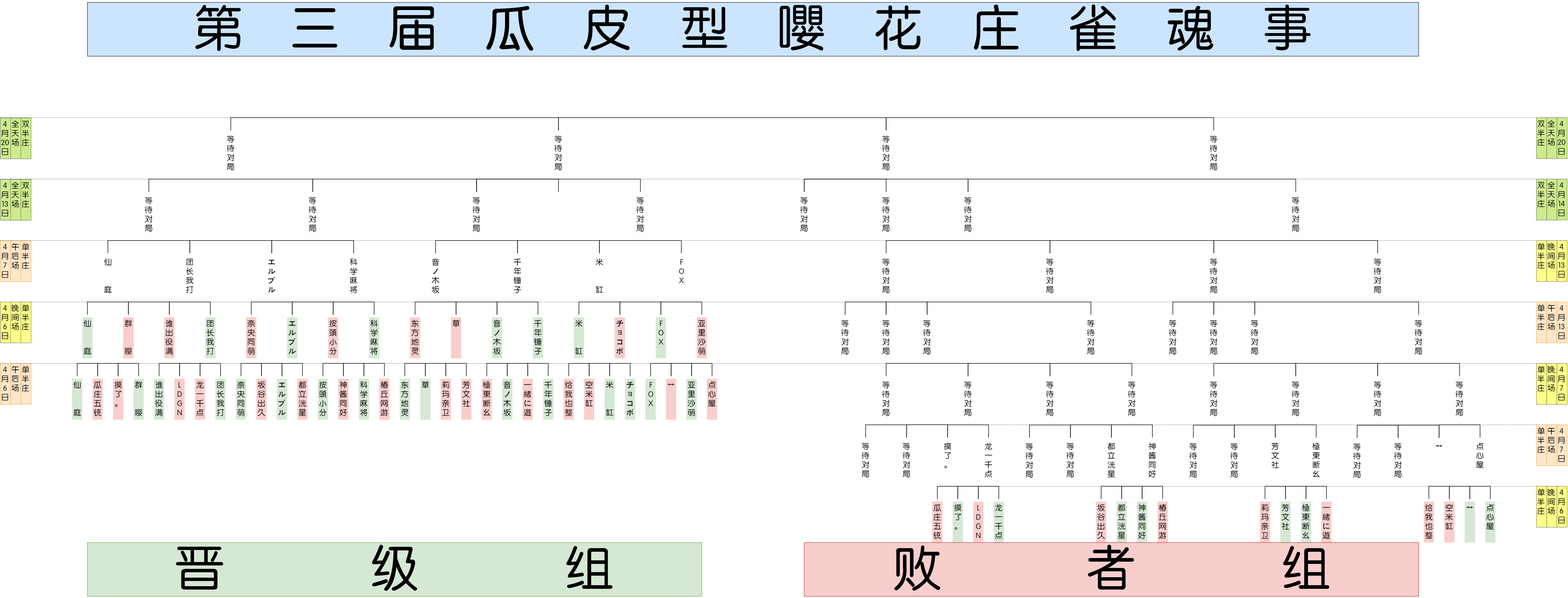
The draw.io diagram Tree Diagram.png in psc2350/pcr.mahjong.pub, before a commit. Source tidied: cells renumbered, new cells last; positions are measured from the earlier drawing's top-left corner, leaving out a move shared by most shapes.
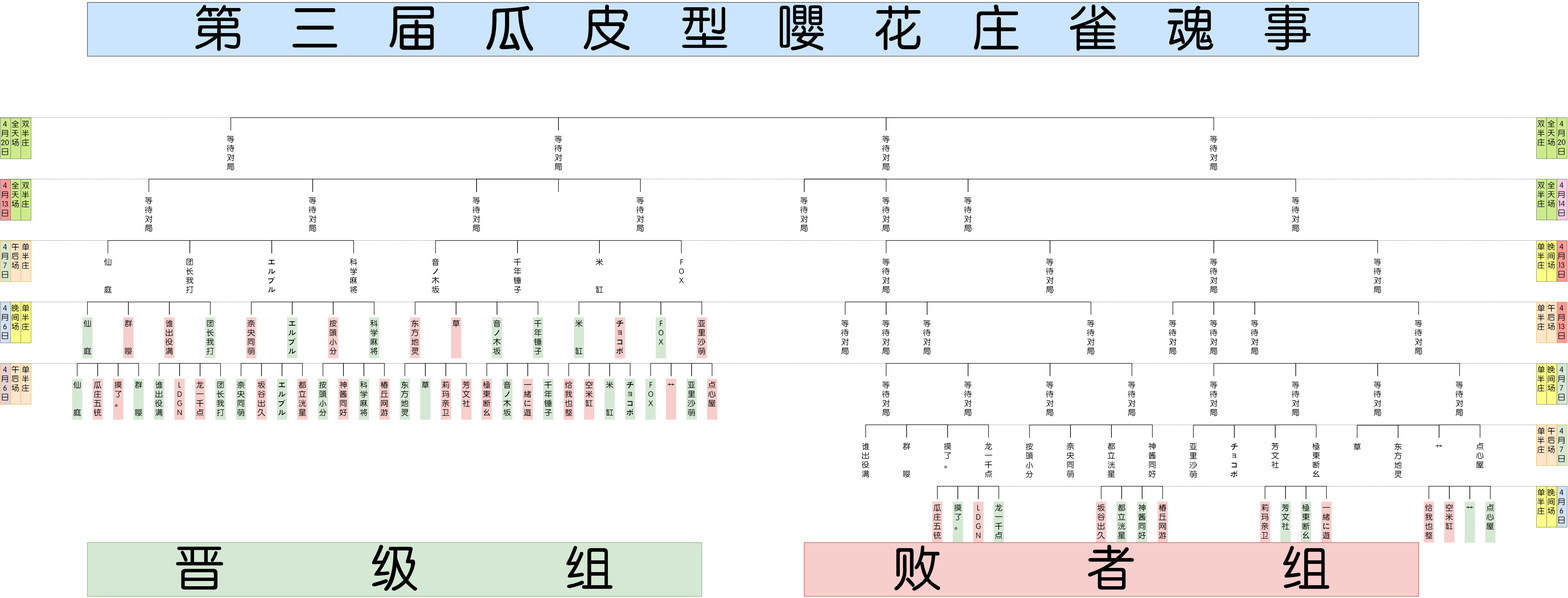
After the commit.

Diff of the diagram source:
```diff
@@ -608,49 +608,49 @@
     <mxCell id="202" style="strokeWidth=2;html=1;shape=mxgraph.flowchart.annotation_1;align=left;direction=south;fontFamily=FZZhunYuan-M02;fontSize=30;" parent="3" vertex="1">
       <mxGeometry x="60" y="720" width="160" height="50" as="geometry" />
     </mxCell>
-    <mxCell id="203" value="等待对局&lt;br&gt;" style="text;html=1;strokeColor=none;fillColor=none;align=center;verticalAlign=top;whiteSpace=wrap;rounded=0;fontFamily=FZZhunYuan-M02;horizontal=1;fontSize=30;" parent="3" vertex="1">
+    <mxCell id="203" value="群&lt;br&gt;&lt;br&gt;&lt;br&gt;嘤&lt;br&gt;" style="text;html=1;strokeColor=none;fillColor=none;align=center;verticalAlign=top;whiteSpace=wrap;rounded=0;fontFamily=FZZhunYuan-M02;horizontal=1;fontSize=30;" parent="3" vertex="1">
       <mxGeometry x="3240" y="1259.5" width="40" height="160" as="geometry" />
     </mxCell>
     <mxCell id="204" style="strokeWidth=2;html=1;shape=mxgraph.flowchart.annotation_1;align=left;direction=south;fontFamily=FZZhunYuan-M02;fontSize=30;" parent="3" vertex="1">
       <mxGeometry x="3260" y="1199.5" width="160" height="50" as="geometry" />
     </mxCell>
-    <mxCell id="205" value="等待对局&lt;br&gt;" style="text;html=1;strokeColor=none;fillColor=none;align=center;verticalAlign=top;whiteSpace=wrap;rounded=0;fontFamily=FZZhunYuan-M02;horizontal=1;fontSize=30;" parent="3" vertex="1">
+    <mxCell id="205" value="谁出役满&lt;br&gt;" style="text;html=1;strokeColor=none;fillColor=none;align=center;verticalAlign=top;whiteSpace=wrap;rounded=0;fontFamily=FZZhunYuan-M02;horizontal=1;fontSize=30;" parent="3" vertex="1">
       <mxGeometry x="3080" y="1260" width="40" height="160" as="geometry" />
     </mxCell>
     <mxCell id="206" style="strokeWidth=2;html=1;shape=mxgraph.flowchart.annotation_1;align=left;direction=south;fontFamily=FZZhunYuan-M02;fontSize=30;" parent="3" vertex="1">
       <mxGeometry x="3100" y="1200" width="160" height="50" as="geometry" />
     </mxCell>
-    <mxCell id="207" value="等待对局&lt;br&gt;" style="text;html=1;strokeColor=none;fillColor=none;align=center;verticalAlign=top;whiteSpace=wrap;rounded=0;fontFamily=FZZhunYuan-M02;horizontal=1;fontSize=30;" parent="3" vertex="1">
+    <mxCell id="207" value="奈央同萌&lt;br&gt;" style="text;html=1;strokeColor=none;fillColor=none;align=center;verticalAlign=top;whiteSpace=wrap;rounded=0;fontFamily=FZZhunYuan-M02;horizontal=1;fontSize=30;" parent="3" vertex="1">
       <mxGeometry x="3880" y="1260" width="40" height="160" as="geometry" />
     </mxCell>
     <mxCell id="208" style="strokeWidth=2;html=1;shape=mxgraph.flowchart.annotation_1;align=left;direction=south;fontFamily=FZZhunYuan-M02;fontSize=30;" parent="3" vertex="1">
       <mxGeometry x="3900" y="1200" width="160" height="50" as="geometry" />
     </mxCell>
-    <mxCell id="209" value="等待对局&lt;br&gt;" style="text;html=1;strokeColor=none;fillColor=none;align=center;verticalAlign=top;whiteSpace=wrap;rounded=0;fontFamily=FZZhunYuan-M02;horizontal=1;fontSize=30;" parent="3" vertex="1">
+    <mxCell id="209" value="按頭小分&lt;br&gt;" style="text;html=1;strokeColor=none;fillColor=none;align=center;verticalAlign=top;whiteSpace=wrap;rounded=0;fontFamily=FZZhunYuan-M02;horizontal=1;fontSize=30;" parent="3" vertex="1">
       <mxGeometry x="3720" y="1260.5" width="40" height="160" as="geometry" />
     </mxCell>
     <mxCell id="210" style="strokeWidth=2;html=1;shape=mxgraph.flowchart.annotation_1;align=left;direction=south;fontFamily=FZZhunYuan-M02;fontSize=30;" parent="3" vertex="1">
       <mxGeometry x="3740" y="1200.5" width="160" height="50" as="geometry" />
     </mxCell>
-    <mxCell id="211" value="等待对局&lt;br&gt;" style="text;html=1;strokeColor=none;fillColor=none;align=center;verticalAlign=top;whiteSpace=wrap;rounded=0;fontFamily=FZZhunYuan-M02;horizontal=1;fontSize=30;" parent="3" vertex="1">
+    <mxCell id="211" value="チョコボ&lt;br&gt;" style="text;html=1;strokeColor=none;fillColor=none;align=center;verticalAlign=top;whiteSpace=wrap;rounded=0;fontFamily=FZZhunYuan-M02;horizontal=1;fontSize=30;" parent="3" vertex="1">
       <mxGeometry x="4520" y="1260.5" width="40" height="160" as="geometry" />
     </mxCell>
     <mxCell id="212" style="strokeWidth=2;html=1;shape=mxgraph.flowchart.annotation_1;align=left;direction=south;fontFamily=FZZhunYuan-M02;fontSize=30;" parent="3" vertex="1">
       <mxGeometry x="4540" y="1200.5" width="160" height="50" as="geometry" />
     </mxCell>
-    <mxCell id="213" value="等待对局&lt;br&gt;" style="text;html=1;strokeColor=none;fillColor=none;align=center;verticalAlign=top;whiteSpace=wrap;rounded=0;fontFamily=FZZhunYuan-M02;horizontal=1;fontSize=30;" parent="3" vertex="1">
+    <mxCell id="213" value="亚里沙萌&lt;br&gt;" style="text;html=1;strokeColor=none;fillColor=none;align=center;verticalAlign=top;whiteSpace=wrap;rounded=0;fontFamily=FZZhunYuan-M02;horizontal=1;fontSize=30;" parent="3" vertex="1">
       <mxGeometry x="4360" y="1261" width="40" height="160" as="geometry" />
     </mxCell>
     <mxCell id="214" style="strokeWidth=2;html=1;shape=mxgraph.flowchart.annotation_1;align=left;direction=south;fontFamily=FZZhunYuan-M02;fontSize=30;" parent="3" vertex="1">
       <mxGeometry x="4380" y="1201" width="160" height="50" as="geometry" />
     </mxCell>
-    <mxCell id="215" value="等待对局&lt;br&gt;" style="text;html=1;strokeColor=none;fillColor=none;align=center;verticalAlign=top;whiteSpace=wrap;rounded=0;fontFamily=FZZhunYuan-M02;horizontal=1;fontSize=30;" parent="3" vertex="1">
+    <mxCell id="215" value="东方地灵&lt;br&gt;" style="text;html=1;strokeColor=none;fillColor=none;align=center;verticalAlign=top;whiteSpace=wrap;rounded=0;fontFamily=FZZhunYuan-M02;horizontal=1;fontSize=30;" parent="3" vertex="1">
       <mxGeometry x="5159.8" y="1261" width="40" height="160" as="geometry" />
     </mxCell>
     <mxCell id="216" style="strokeWidth=2;html=1;shape=mxgraph.flowchart.annotation_1;align=left;direction=south;fontFamily=FZZhunYuan-M02;fontSize=30;" parent="3" vertex="1">
       <mxGeometry x="5179.8" y="1201" width="160" height="50" as="geometry" />
     </mxCell>
-    <mxCell id="217" value="等待对局&lt;br&gt;" style="text;html=1;strokeColor=none;fillColor=none;align=center;verticalAlign=top;whiteSpace=wrap;rounded=0;fontFamily=FZZhunYuan-M02;horizontal=1;fontSize=30;" parent="3" vertex="1">
+    <mxCell id="217" value="草&lt;br&gt;" style="text;html=1;strokeColor=none;fillColor=none;align=center;verticalAlign=top;whiteSpace=wrap;rounded=0;fontFamily=FZZhunYuan-M02;horizontal=1;fontSize=30;" parent="3" vertex="1">
       <mxGeometry x="4999.8" y="1261.5" width="40" height="160" as="geometry" />
     </mxCell>
     <mxCell id="218" style="strokeWidth=2;html=1;shape=mxgraph.flowchart.annotation_1;align=left;direction=south;fontFamily=FZZhunYuan-M02;fontSize=30;" parent="3" vertex="1">
@@ -662,7 +662,7 @@
     <mxCell id="220" value="午后场" style="text;html=1;strokeColor=#d79b00;fillColor=#ffe6cc;align=center;verticalAlign=top;whiteSpace=wrap;rounded=0;fontFamily=FZZhunYuan-M02;horizontal=1;fontSize=30;" parent="1" vertex="1">
       <mxGeometry x="40" y="1410" width="40" height="160" as="geometry" />
     </mxCell>
-    <mxCell id="221" value="&lt;span style=&quot;font-size: 30px&quot;&gt;4月6日&lt;br&gt;&lt;/span&gt;" style="text;html=1;strokeColor=#d79b00;fillColor=#ffe6cc;align=center;verticalAlign=top;whiteSpace=wrap;rounded=0;fontFamily=FZZhunYuan-M02;horizontal=1;fontSize=30;" parent="1" vertex="1">
+    <mxCell id="221" value="&lt;span style=&quot;font-size: 30px&quot;&gt;4月6日&lt;br&gt;&lt;/span&gt;" style="text;html=1;strokeColor=#d79b00;fillColor=#E6D0DE;align=center;verticalAlign=top;whiteSpace=wrap;rounded=0;fontFamily=FZZhunYuan-M02;horizontal=1;fontSize=30;" parent="1" vertex="1">
       <mxGeometry y="1410" width="40" height="160" as="geometry" />
     </mxCell>
     <mxCell id="222" style="endArrow=none;dashed=1;html=1;" parent="1" edge="1">
@@ -683,7 +683,7 @@
     <mxCell id="225" value="晚间场" style="text;html=1;strokeColor=#36393d;fillColor=#ffff88;align=center;verticalAlign=top;whiteSpace=wrap;rounded=0;fontFamily=FZZhunYuan-M02;horizontal=1;fontSize=30;" parent="1" vertex="1">
       <mxGeometry x="40" y="1170" width="40" height="160" as="geometry" />
     </mxCell>
-    <mxCell id="226" value="&lt;span style=&quot;font-size: 30px&quot;&gt;4月6日&lt;br&gt;&lt;/span&gt;" style="text;html=1;strokeColor=#36393d;fillColor=#ffff88;align=center;verticalAlign=top;whiteSpace=wrap;rounded=0;fontFamily=FZZhunYuan-M02;horizontal=1;fontSize=30;" parent="1" vertex="1">
+    <mxCell id="226" value="&lt;span style=&quot;font-size: 30px&quot;&gt;4月6日&lt;br&gt;&lt;/span&gt;" style="text;html=1;strokeColor=#36393d;fillColor=#D4E1F5;align=center;verticalAlign=top;whiteSpace=wrap;rounded=0;fontFamily=FZZhunYuan-M02;horizontal=1;fontSize=30;" parent="1" vertex="1">
       <mxGeometry y="1170" width="40" height="160" as="geometry" />
     </mxCell>
     <mxCell id="227" style="endArrow=none;dashed=1;html=1;" parent="1" edge="1">
@@ -698,7 +698,7 @@
     <mxCell id="229" value="午后场" style="text;html=1;strokeColor=#d79b00;fillColor=#ffe6cc;align=center;verticalAlign=top;whiteSpace=wrap;rounded=0;fontFamily=FZZhunYuan-M02;horizontal=1;fontSize=30;" parent="1" vertex="1">
       <mxGeometry x="40" y="931" width="40" height="160" as="geometry" />
     </mxCell>
-    <mxCell id="230" value="&lt;span style=&quot;font-size: 30px&quot;&gt;4月7日&lt;br&gt;&lt;/span&gt;" style="text;html=1;strokeColor=#d79b00;fillColor=#ffe6cc;align=center;verticalAlign=top;whiteSpace=wrap;rounded=0;fontFamily=FZZhunYuan-M02;horizontal=1;fontSize=30;" parent="1" vertex="1">
+    <mxCell id="230" value="&lt;span style=&quot;font-size: 30px&quot;&gt;4月7日&lt;br&gt;&lt;/span&gt;" style="text;html=1;strokeColor=#d79b00;fillColor=#D5E8D4;align=center;verticalAlign=top;whiteSpace=wrap;rounded=0;fontFamily=FZZhunYuan-M02;horizontal=1;fontSize=30;" parent="1" vertex="1">
       <mxGeometry y="931" width="40" height="160" as="geometry" />
     </mxCell>
     <mxCell id="231" style="endArrow=none;dashed=1;html=1;" parent="1" edge="1">
@@ -713,7 +713,7 @@
     <mxCell id="233" value="全天场" style="text;html=1;strokeColor=#36393d;fillColor=#cdeb8b;align=center;verticalAlign=top;whiteSpace=wrap;rounded=0;fontFamily=FZZhunYuan-M02;horizontal=1;fontSize=30;" parent="1" vertex="1">
       <mxGeometry x="40" y="691" width="40" height="160" as="geometry" />
     </mxCell>
-    <mxCell id="234" value="&lt;span style=&quot;font-size: 30px&quot;&gt;4月13日&lt;br&gt;&lt;/span&gt;" style="text;html=1;strokeColor=#36393d;fillColor=#cdeb8b;align=center;verticalAlign=top;whiteSpace=wrap;rounded=0;fontFamily=FZZhunYuan-M02;horizontal=1;fontSize=30;" parent="1" vertex="1">
+    <mxCell id="234" value="&lt;span style=&quot;font-size: 30px&quot;&gt;4月13日&lt;br&gt;&lt;/span&gt;" style="text;html=1;strokeColor=#36393d;fillColor=#FF9999;align=center;verticalAlign=top;whiteSpace=wrap;rounded=0;fontFamily=FZZhunYuan-M02;horizontal=1;fontSize=30;" parent="1" vertex="1">
       <mxGeometry y="691" width="40" height="160" as="geometry" />
     </mxCell>
     <mxCell id="235" style="endArrow=none;dashed=1;html=1;" parent="1" edge="1">
@@ -727,7 +727,7 @@
         <mxPoint x="6120" y="1890" as="targetPoint" />
       </mxGeometry>
     </mxCell>
-    <mxCell id="237" value="4月6日" style="text;html=1;strokeColor=#36393d;fillColor=#ffff88;align=center;verticalAlign=top;whiteSpace=wrap;rounded=0;fontFamily=FZZhunYuan-M02;horizontal=1;fontSize=30;" parent="1" vertex="1">
+    <mxCell id="237" value="4月6日" style="text;html=1;strokeColor=#36393d;fillColor=#D4E1F5;align=center;verticalAlign=top;whiteSpace=wrap;rounded=0;fontFamily=FZZhunYuan-M02;horizontal=1;fontSize=30;" parent="1" vertex="1">
       <mxGeometry x="6080.2" y="1890" width="40" height="160" as="geometry" />
     </mxCell>
     <mxCell id="238" value="晚间场" style="text;html=1;strokeColor=#36393d;fillColor=#ffff88;align=center;verticalAlign=top;whiteSpace=wrap;rounded=0;fontFamily=FZZhunYuan-M02;horizontal=1;fontSize=30;" parent="1" vertex="1">
@@ -736,7 +736,7 @@
     <mxCell id="239" value="单半庄" style="text;html=1;strokeColor=#36393d;fillColor=#ffff88;align=center;verticalAlign=top;whiteSpace=wrap;rounded=0;fontFamily=FZZhunYuan-M02;horizontal=1;fontSize=30;" parent="1" vertex="1">
       <mxGeometry x="6000.2" y="1890" width="40" height="160" as="geometry" />
     </mxCell>
-    <mxCell id="240" value="4月7日" style="text;html=1;strokeColor=#d79b00;fillColor=#ffe6cc;align=center;verticalAlign=top;whiteSpace=wrap;rounded=0;fontFamily=FZZhunYuan-M02;horizontal=1;fontSize=30;" parent="1" vertex="1">
+    <mxCell id="240" value="4月7日" style="text;html=1;strokeColor=#d79b00;fillColor=#D5E8D4;align=center;verticalAlign=top;whiteSpace=wrap;rounded=0;fontFamily=FZZhunYuan-M02;horizontal=1;fontSize=30;" parent="1" vertex="1">
       <mxGeometry x="6080.2" y="1649.5" width="40" height="160" as="geometry" />
     </mxCell>
     <mxCell id="241" value="午后场" style="text;html=1;strokeColor=#d79b00;fillColor=#ffe6cc;align=center;verticalAlign=top;whiteSpace=wrap;rounded=0;fontFamily=FZZhunYuan-M02;horizontal=1;fontSize=30;" parent="1" vertex="1">
@@ -745,7 +745,7 @@
     <mxCell id="242" value="单半庄" style="text;html=1;strokeColor=#d79b00;fillColor=#ffe6cc;align=center;verticalAlign=top;whiteSpace=wrap;rounded=0;fontFamily=FZZhunYuan-M02;horizontal=1;fontSize=30;" parent="1" vertex="1">
       <mxGeometry x="6000.2" y="1649.5" width="40" height="160" as="geometry" />
     </mxCell>
-    <mxCell id="243" value="4月7日" style="text;html=1;strokeColor=#36393d;fillColor=#ffff88;align=center;verticalAlign=top;whiteSpace=wrap;rounded=0;fontFamily=FZZhunYuan-M02;horizontal=1;fontSize=30;" parent="1" vertex="1">
+    <mxCell id="243" value="4月7日" style="text;html=1;strokeColor=#36393d;fillColor=#D5E8D4;align=center;verticalAlign=top;whiteSpace=wrap;rounded=0;fontFamily=FZZhunYuan-M02;horizontal=1;fontSize=30;" parent="1" vertex="1">
       <mxGeometry x="6080.2" y="1410" width="40" height="160" as="geometry" />
     </mxCell>
     <mxCell id="244" value="晚间场" style="text;html=1;strokeColor=#36393d;fillColor=#ffff88;align=center;verticalAlign=top;whiteSpace=wrap;rounded=0;fontFamily=FZZhunYuan-M02;horizontal=1;fontSize=30;" parent="1" vertex="1">
@@ -754,7 +754,7 @@
     <mxCell id="245" value="单半庄" style="text;html=1;strokeColor=#36393d;fillColor=#ffff88;align=center;verticalAlign=top;whiteSpace=wrap;rounded=0;fontFamily=FZZhunYuan-M02;horizontal=1;fontSize=30;" parent="1" vertex="1">
       <mxGeometry x="6000.2" y="1410" width="40" height="160" as="geometry" />
     </mxCell>
-    <mxCell id="246" value="4月13日" style="text;html=1;strokeColor=#d79b00;fillColor=#ffe6cc;align=center;verticalAlign=top;whiteSpace=wrap;rounded=0;fontFamily=FZZhunYuan-M02;horizontal=1;fontSize=30;" parent="1" vertex="1">
+    <mxCell id="246" value="4月13日" style="text;html=1;strokeColor=#d79b00;fillColor=#FF9999;align=center;verticalAlign=top;whiteSpace=wrap;rounded=0;fontFamily=FZZhunYuan-M02;horizontal=1;fontSize=30;" parent="1" vertex="1">
       <mxGeometry x="6080.2" y="1170" width="40" height="160" as="geometry" />
     </mxCell>
     <mxCell id="247" value="午后场" style="text;html=1;strokeColor=#d79b00;fillColor=#ffe6cc;align=center;verticalAlign=top;whiteSpace=wrap;rounded=0;fontFamily=FZZhunYuan-M02;horizontal=1;fontSize=30;" parent="1" vertex="1">
@@ -763,7 +763,7 @@
     <mxCell id="248" value="单半庄" style="text;html=1;strokeColor=#d79b00;fillColor=#ffe6cc;align=center;verticalAlign=top;whiteSpace=wrap;rounded=0;fontFamily=FZZhunYuan-M02;horizontal=1;fontSize=30;" parent="1" vertex="1">
       <mxGeometry x="6000.2" y="1170" width="40" height="160" as="geometry" />
     </mxCell>
-    <mxCell id="249" value="4月13日" style="text;html=1;strokeColor=#36393d;fillColor=#ffff88;align=center;verticalAlign=top;whiteSpace=wrap;rounded=0;fontFamily=FZZhunYuan-M02;horizontal=1;fontSize=30;" parent="1" vertex="1">
+    <mxCell id="249" value="4月13日" style="text;html=1;strokeColor=#36393d;fillColor=#FF9999;align=center;verticalAlign=top;whiteSpace=wrap;rounded=0;fontFamily=FZZhunYuan-M02;horizontal=1;fontSize=30;" parent="1" vertex="1">
       <mxGeometry x="6080.2" y="930" width="40" height="160" as="geometry" />
     </mxCell>
     <mxCell id="250" value="晚间场" style="text;html=1;strokeColor=#36393d;fillColor=#ffff88;align=center;verticalAlign=top;whiteSpace=wrap;rounded=0;fontFamily=FZZhunYuan-M02;horizontal=1;fontSize=30;" parent="1" vertex="1">
@@ -772,7 +772,7 @@
     <mxCell id="251" value="单半庄" style="text;html=1;strokeColor=#36393d;fillColor=#ffff88;align=center;verticalAlign=top;whiteSpace=wrap;rounded=0;fontFamily=FZZhunYuan-M02;horizontal=1;fontSize=30;" parent="1" vertex="1">
       <mxGeometry x="6000.2" y="930" width="40" height="160" as="geometry" />
     </mxCell>
-    <mxCell id="252" value="4月14日" style="text;html=1;strokeColor=#36393d;fillColor=#cdeb8b;align=center;verticalAlign=top;whiteSpace=wrap;rounded=0;fontFamily=FZZhunYuan-M02;horizontal=1;fontSize=30;" parent="1" vertex="1">
+    <mxCell id="252" value="4月14日" style="text;html=1;strokeColor=#36393d;fillColor=#FFCCE6;align=center;verticalAlign=top;whiteSpace=wrap;rounded=0;fontFamily=FZZhunYuan-M02;horizontal=1;fontSize=30;" parent="1" vertex="1">
       <mxGeometry x="6080.2" y="690" width="40" height="160" as="geometry" />
     </mxCell>
     <mxCell id="253" value="全天场" style="text;html=1;strokeColor=#36393d;fillColor=#cdeb8b;align=center;verticalAlign=top;whiteSpace=wrap;rounded=0;fontFamily=FZZhunYuan-M02;horizontal=1;fontSize=30;" parent="1" vertex="1">
```
